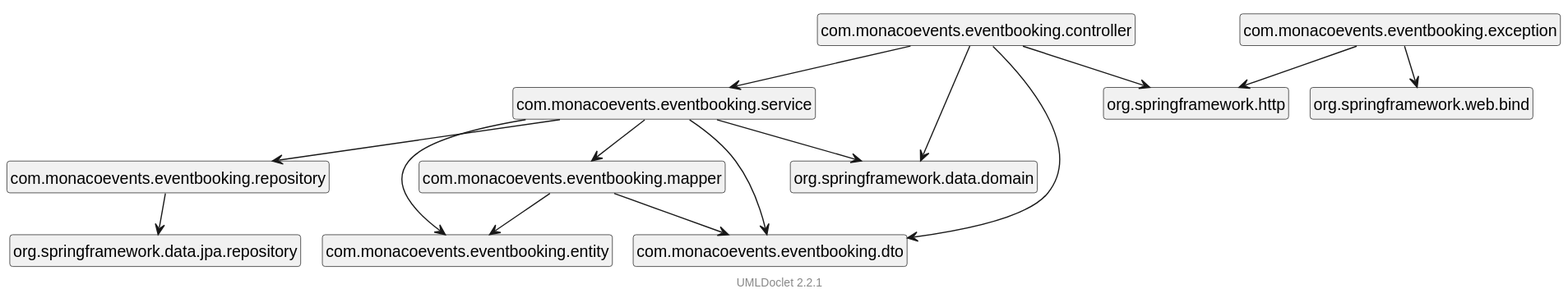
Above: docs/uml/package-dependencies.svg in LorisDrid/event-booking-api (PlantUML), before the change.
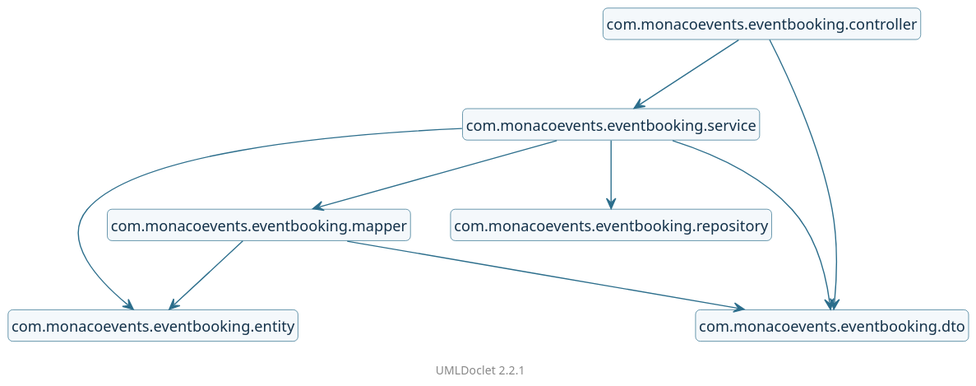
The same file after the commit.

The edit, as a diff of the source:
```diff
@@ -1,7 +1,20 @@
 @startuml
 
 
-    !pragma layout smetana
+    skinparam shadowing false
+    skinparam roundCorner 8
+    skinparam defaultFontName Segoe UI
+    skinparam defaultFontSize 13
+    skinparam classBackgroundColor #F4F8FB
+    skinparam classBorderColor #2C6E8C
+    skinparam classArrowColor #2C6E8C
+    skinparam classFontColor #14324A
+    skinparam interfaceBackgroundColor #EAF6F0
+    skinparam interfaceBorderColor #2E9E6C
+    skinparam packageBackgroundColor #FBFBFD
+    skinparam packageBorderColor #B8C4D0
+    skinparam packageFontColor #33475B
+    !pragma layout dot
     skinparam backgroundcolor transparent
     set namespaceSeparator none
     hide circle
@@ -9,16 +22,10 @@
     hide empty methods
 
     com.monacoevents.eventbooking.controller --> com.monacoevents.eventbooking.service
-    com.monacoevents.eventbooking.controller --> org.springframework.http
     com.monacoevents.eventbooking.controller --> com.monacoevents.eventbooking.dto
-    com.monacoevents.eventbooking.controller --> org.springframework.data.domain
-    com.monacoevents.eventbooking.exception --> org.springframework.http
-    com.monacoevents.eventbooking.exception --> org.springframework.web.bind
     com.monacoevents.eventbooking.mapper --> com.monacoevents.eventbooking.entity
     com.monacoevents.eventbooking.mapper --> com.monacoevents.eventbooking.dto
-    com.monacoevents.eventbooking.repository --> org.springframework.data.jpa.repository
     com.monacoevents.eventbooking.service --> com.monacoevents.eventbooking.dto
-    com.monacoevents.eventbooking.service --> org.springframework.data.domain
     com.monacoevents.eventbooking.service --> com.monacoevents.eventbooking.repository
     com.monacoevents.eventbooking.service --> com.monacoevents.eventbooking.mapper
     com.monacoevents.eventbooking.service --> com.monacoevents.eventbooking.entity
@@ -28,8 +35,6 @@
     class "com.monacoevents.eventbooking.service" [[..\..\target\reports\apidocs\com\monacoevents\eventbooking\service\package-summary.html]] {
     }
     class "com.monacoevents.eventbooking.dto" [[..\..\target\reports\apidocs\com\monacoevents\eventbooking\dto\package-summary.html]] {
-    }
-    class "com.monacoevents.eventbooking.exception" [[..\..\target\reports\apidocs\com\monacoevents\eventbooking\exception\package-summary.html]] {
     }
     class "com.monacoevents.eventbooking.mapper" [[..\..\target\reports\apidocs\com\monacoevents\eventbooking\mapper\package-summary.html]] {
     }
```
